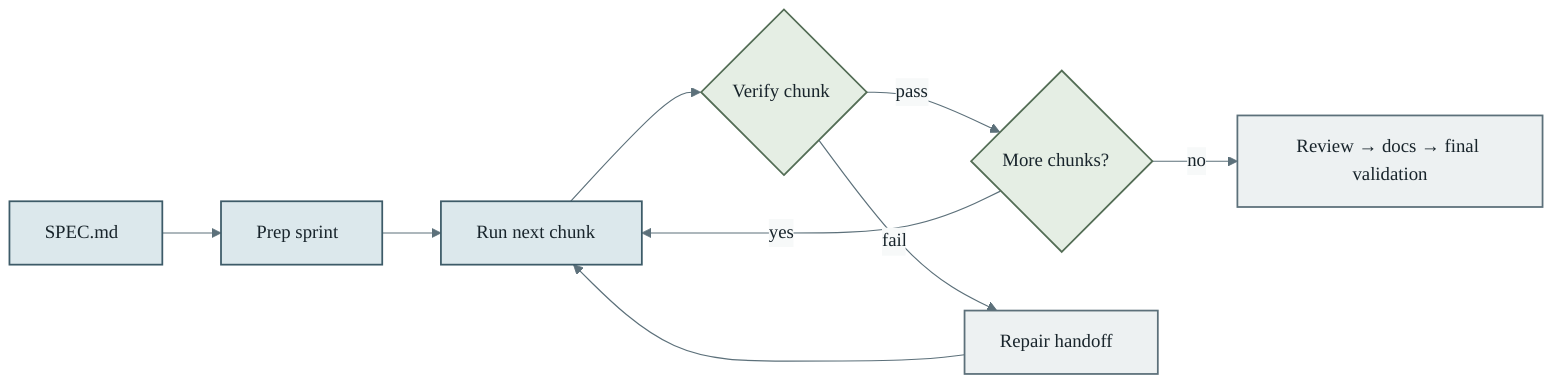
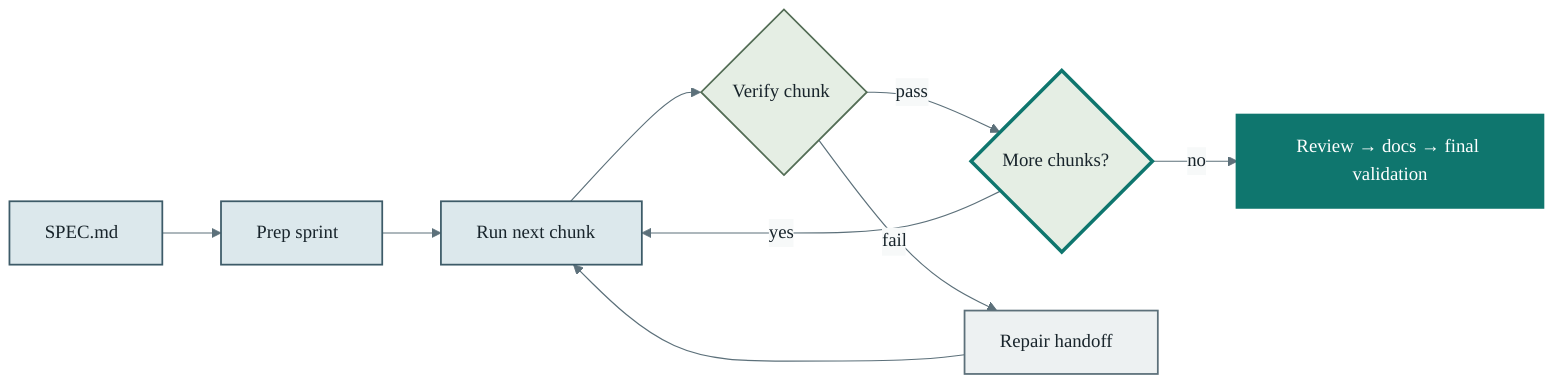
%%{init: {'theme': 'base', 'themeVariables': {'primaryColor': '#DCE8EC', 'primaryTextColor': '#18242B', 'primaryBorderColor': '#3D5B68', 'lineColor': '#5C707A', 'secondaryColor': '#E5EEE4', 'tertiaryColor': '#EDF1F2', 'edgeLabelBackground': '#F7F9F9', 'fontFamily': 'system-ui'}}}%%
flowchart LR
    spec["SPEC.md"] --> prepare["Prep sprint"]
    prepare --> chunk["Run next chunk"]
    chunk --> verify{"Verify chunk"}
    verify -->|pass| more{"More chunks?"}
    more -->|yes| chunk
    more -->|no| hooks["Review → docs → final validation"]
    verify -->|fail| repair["Repair handoff"]
    repair --> chunk

    classDef phase fill:#DCE8EC,stroke:#3D5B68,color:#18242B,stroke-width:1.5px;
    classDef gate fill:#E5EEE4,stroke:#536D55,color:#18242B,stroke-width:1.5px;
+     classDef checkpoint fill:#E5EEE4,stroke:#0F766E,color:#18242B,stroke-width:3px;
    classDef outcome fill:#EDF1F2,stroke:#5C707A,color:#18242B,stroke-width:1.5px;
+     classDef success fill:#0F766E,stroke:#0F766E,color:#FFFFFF,stroke-width:3px;
    class spec,prepare,chunk phase;
-     class verify,more gate;
-     class hooks,repair outcome;
+     class verify gate;
+     class more checkpoint;
+     class hooks success;
+     class repair outcome;
